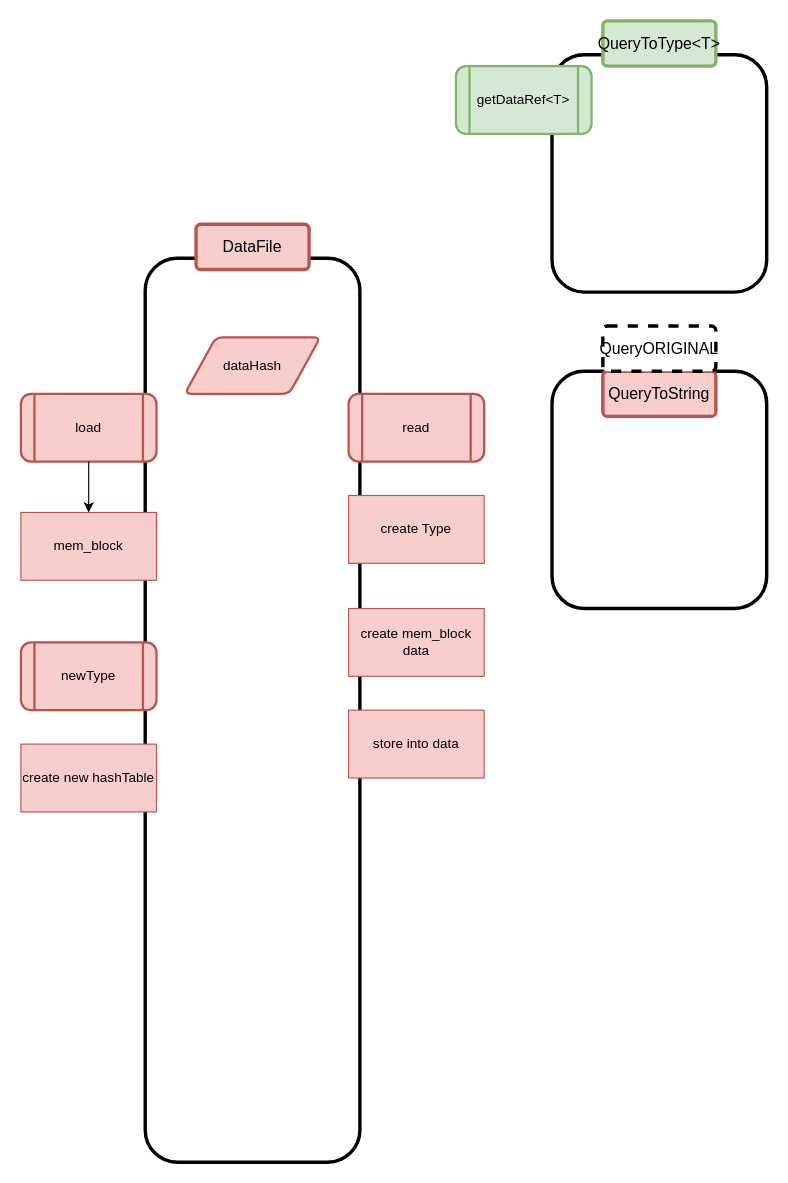
Earlier version of the draw.io diagram DesignDocs/Save.drawio (accusard/MortgageCalc). Source tidied: cells renumbered, new cells numbered last; positions are measured from the earlier drawing's top-left corner, leaving out a move shared by most shapes. Both pictures are drawn from the tidied source at 113%, with x=0, y=0 at pixel (20, 20).
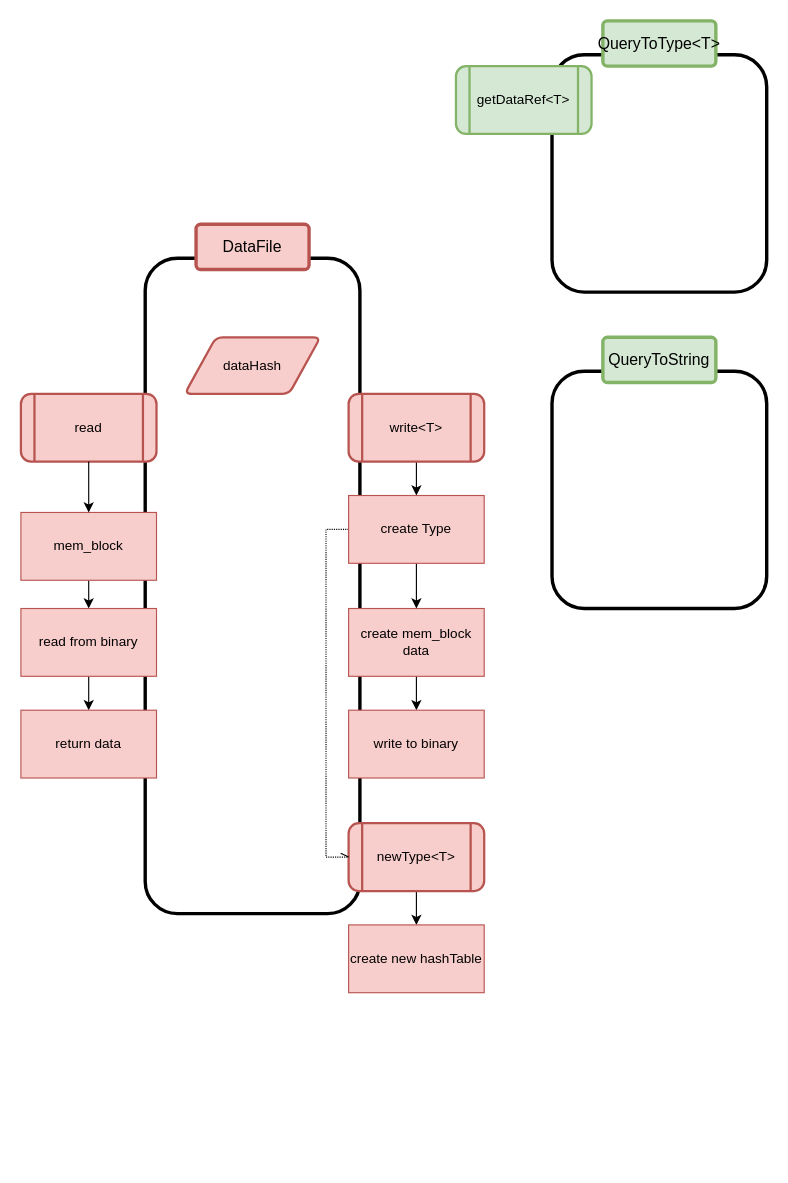
The same diagram, later.

Unchanged cells that the change refers to:
```xml
<mxCell id="9" value="create mem_block data" style="rounded=0;whiteSpace=wrap;html=1;fillColor=#f8cecc;strokeColor=#b85450;fontFamily=SF Mono;" parent="1" vertex="1">
  <mxGeometry x="290" y="520" width="120" height="60" as="geometry" />
</mxCell>
<mxCell id="13" value="mem_block" style="rounded=0;whiteSpace=wrap;html=1;fillColor=#f8cecc;strokeColor=#b85450;fontFamily=SF Mono;" parent="1" vertex="1">
  <mxGeometry y="435" width="120" height="60" as="geometry" />
</mxCell>
<mxCell id="20" value="create Type" style="rounded=0;whiteSpace=wrap;html=1;fillColor=#f8cecc;strokeColor=#b85450;fontFamily=SF Mono;" parent="1" vertex="1">
  <mxGeometry x="290" y="420" width="120" height="60" as="geometry" />
</mxCell>
```

What changed in the source:
```diff
@@
     <mxCell id="2" style="rounded=1;whiteSpace=wrap;html=1;fillColor=none;strokeWidth=3;fontFamily=SF Mono;" parent="1" vertex="1">
-      <mxGeometry x="110" y="210" width="190" height="800" as="geometry" />
+      <mxGeometry x="110" y="210" width="190" height="580" as="geometry" />
     </mxCell>
@@
-    <mxCell id="7" value="&lt;span style=&quot;font-size: 14px&quot;&gt;QueryToString&lt;br&gt;&lt;/span&gt;" style="rounded=1;arcSize=10;whiteSpace=wrap;html=1;align=center;fillColor=#f8cecc;strokeColor=#b85450;fontFamily=SF Mono;strokeWidth=3;" parent="1" vertex="1">
-      <mxGeometry x="515" y="310" width="100" height="40" as="geometry" />
+    <mxCell id="7" value="&lt;span style=&quot;font-size: 14px&quot;&gt;QueryToString&lt;br&gt;&lt;/span&gt;" style="rounded=1;arcSize=10;whiteSpace=wrap;html=1;align=center;fillColor=#d5e8d4;strokeColor=#82b366;fontFamily=SF Mono;strokeWidth=3;" parent="1" vertex="1">
+      <mxGeometry x="515" y="280" width="100" height="40" as="geometry" />
     </mxCell>
+    <mxCell id="21" style="edgeStyle=orthogonalEdgeStyle;rounded=0;jettySize=auto;html=1;exitX=0.5;exitY=1;exitDx=0;exitDy=0;" parent="1" edge="1" source="8" target="20">
+      <mxGeometry relative="1" as="geometry" />
+    </mxCell>
-    <mxCell id="8" value="read" style="shape=process;whiteSpace=wrap;html=1;backgroundOutline=1;rounded=1;fontFamily=SF Mono;strokeWidth=2;fillColor=#f8cecc;strokeColor=#b85450;" parent="1" vertex="1">
+    <mxCell id="8" value="write&amp;lt;T&amp;gt;" style="shape=process;whiteSpace=wrap;html=1;backgroundOutline=1;rounded=1;fontFamily=SF Mono;strokeWidth=2;fillColor=#f8cecc;strokeColor=#b85450;" parent="1" vertex="1">
       <mxGeometry x="290" y="330" width="120" height="60" as="geometry" />
     </mxCell>
+    <mxCell id="22" style="edgeStyle=orthogonalEdgeStyle;rounded=0;jettySize=auto;html=1;exitX=0.5;exitY=1;exitDx=0;exitDy=0;entryX=0.5;entryY=0;entryDx=0;entryDy=0;" parent="1" edge="1" source="9" target="11">
+      <mxGeometry relative="1" as="geometry" />
+    </mxCell>
@@
-    <mxCell id="10" value="&lt;span style=&quot;font-size: 14px&quot;&gt;QueryORIGINAL&lt;/span&gt;" style="rounded=1;arcSize=10;whiteSpace=wrap;html=1;align=center;fontFamily=SF Mono;strokeWidth=3;dashed=1;" parent="1" vertex="1">
-      <mxGeometry x="515" y="270" width="100" height="40" as="geometry" />
-    </mxCell>
-    <mxCell id="11" value="store into data" style="rounded=0;whiteSpace=wrap;html=1;fillColor=#f8cecc;strokeColor=#b85450;fontFamily=SF Mono;" parent="1" vertex="1">
+    <mxCell id="11" value="write to binary" style="rounded=0;whiteSpace=wrap;html=1;fillColor=#f8cecc;strokeColor=#b85450;fontFamily=SF Mono;" parent="1" vertex="1">
       <mxGeometry x="290" y="610" width="120" height="60" as="geometry" />
     </mxCell>
-    <mxCell id="12" value="load" style="shape=process;whiteSpace=wrap;html=1;backgroundOutline=1;rounded=1;fontFamily=SF Mono;strokeWidth=2;fillColor=#f8cecc;strokeColor=#b85450;" parent="1" vertex="1">
+    <mxCell id="12" value="read" style="shape=process;whiteSpace=wrap;html=1;backgroundOutline=1;rounded=1;fontFamily=SF Mono;strokeWidth=2;fillColor=#f8cecc;strokeColor=#b85450;" parent="1" vertex="1">
       <mxGeometry y="330" width="120" height="60" as="geometry" />
     </mxCell>
+    <mxCell id="23" style="edgeStyle=orthogonalEdgeStyle;rounded=0;jettySize=auto;html=1;exitX=0.5;exitY=1;exitDx=0;exitDy=0;entryX=0.5;entryY=0;entryDx=0;entryDy=0;" parent="1" edge="1" source="13" target="28">
+      <mxGeometry relative="1" as="geometry" />
+    </mxCell>
@@
+    <mxCell id="24" style="edgeStyle=orthogonalEdgeStyle;rounded=0;jettySize=auto;html=1;exitX=0.5;exitY=1;exitDx=0;exitDy=0;entryX=0.5;entryY=0;entryDx=0;entryDy=0;" parent="1" edge="1" source="18" target="19">
+      <mxGeometry relative="1" as="geometry" />
+    </mxCell>
-    <mxCell id="18" value="newType" style="shape=process;whiteSpace=wrap;html=1;backgroundOutline=1;rounded=1;fontFamily=SF Mono;strokeWidth=2;fillColor=#f8cecc;strokeColor=#b85450;" parent="1" vertex="1">
-      <mxGeometry y="550" width="120" height="60" as="geometry" />
+    <mxCell id="18" value="newType&amp;lt;T&amp;gt;" style="shape=process;whiteSpace=wrap;html=1;backgroundOutline=1;rounded=1;fontFamily=SF Mono;strokeWidth=2;fillColor=#f8cecc;strokeColor=#b85450;" parent="1" vertex="1">
+      <mxGeometry x="290" y="710" width="120" height="60" as="geometry" />
     </mxCell>
     <mxCell id="19" value="create new hashTable" style="rounded=0;whiteSpace=wrap;html=1;fillColor=#f8cecc;strokeColor=#b85450;fontFamily=SF Mono;" parent="1" vertex="1">
-      <mxGeometry y="640" width="120" height="60" as="geometry" />
+      <mxGeometry x="290" y="800" width="120" height="60" as="geometry" />
     </mxCell>
+    <mxCell id="25" style="edgeStyle=orthogonalEdgeStyle;rounded=0;jettySize=auto;html=1;exitX=0;exitY=0.5;exitDx=0;exitDy=0;entryX=0;entryY=0.5;entryDx=0;entryDy=0;strokeColor=#000000;dashed=1;dashPattern=1 1;endArrow=openAsync;endFill=0;" parent="1" edge="1" source="20" target="18">
+      <mxGeometry relative="1" as="geometry" />
+    </mxCell>
+    <mxCell id="26" style="edgeStyle=orthogonalEdgeStyle;rounded=0;jettySize=auto;html=1;exitX=0.5;exitY=1;exitDx=0;exitDy=0;entryX=0.5;entryY=0;entryDx=0;entryDy=0;" parent="1" edge="1" source="20" target="9">
+      <mxGeometry relative="1" as="geometry" />
+    </mxCell>
@@
+    <mxCell id="27" style="edgeStyle=orthogonalEdgeStyle;rounded=0;jettySize=auto;html=1;exitX=0.5;exitY=1;exitDx=0;exitDy=0;entryX=0.5;entryY=0;entryDx=0;entryDy=0;" parent="1" edge="1" source="28" target="29">
+      <mxGeometry relative="1" as="geometry" />
+    </mxCell>
+    <mxCell id="28" value="read from binary" style="rounded=0;whiteSpace=wrap;html=1;fillColor=#f8cecc;strokeColor=#b85450;fontFamily=SF Mono;" parent="1" vertex="1">
+      <mxGeometry y="520" width="120" height="60" as="geometry" />
+    </mxCell>
+    <mxCell id="29" value="return data" style="rounded=0;whiteSpace=wrap;html=1;fillColor=#f8cecc;strokeColor=#b85450;fontFamily=SF Mono;" parent="1" vertex="1">
+      <mxGeometry y="610" width="120" height="60" as="geometry" />
+    </mxCell>
```
